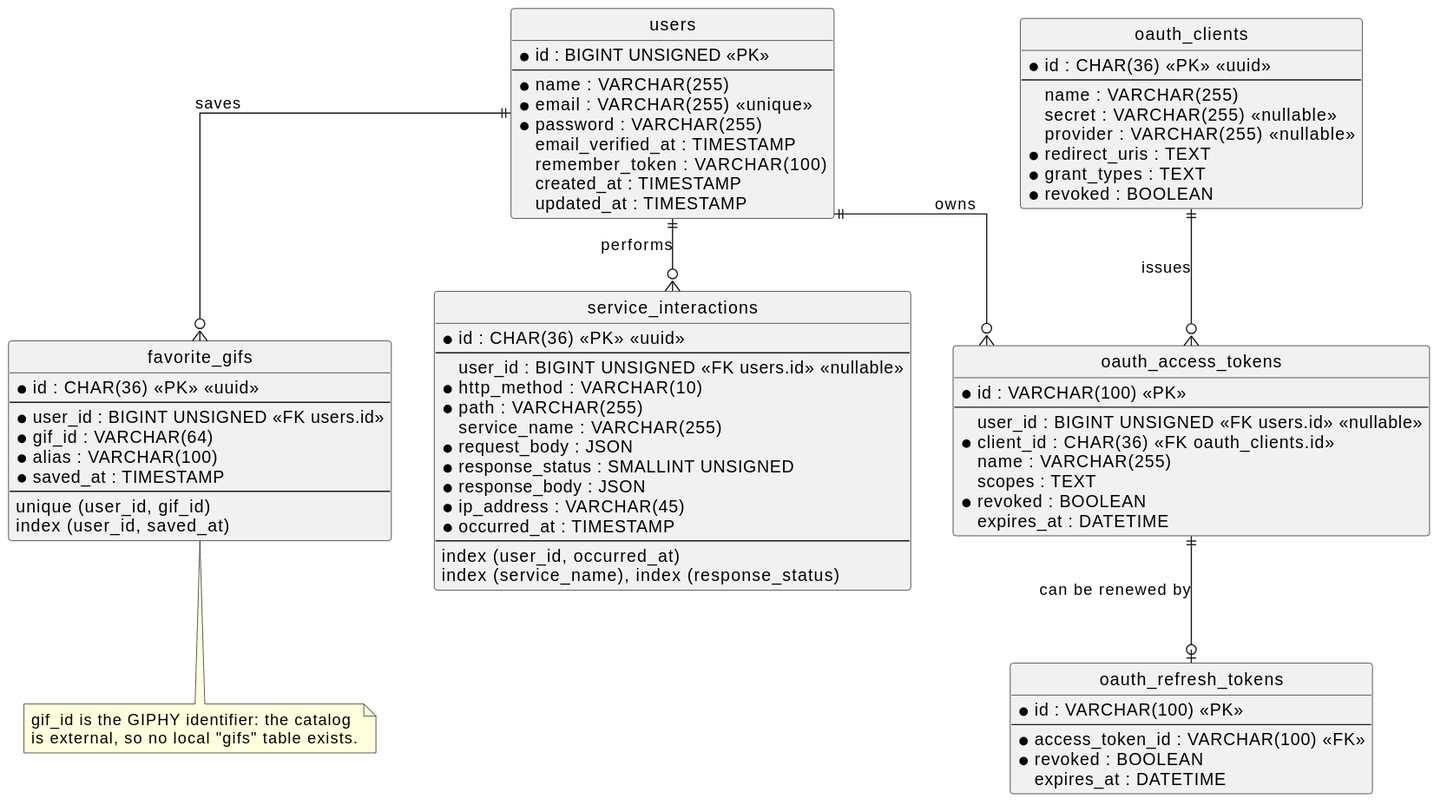
The PlantUML diagram docs/diagrams/der.svg in alexisrivero/challenge-prex, before a commit.
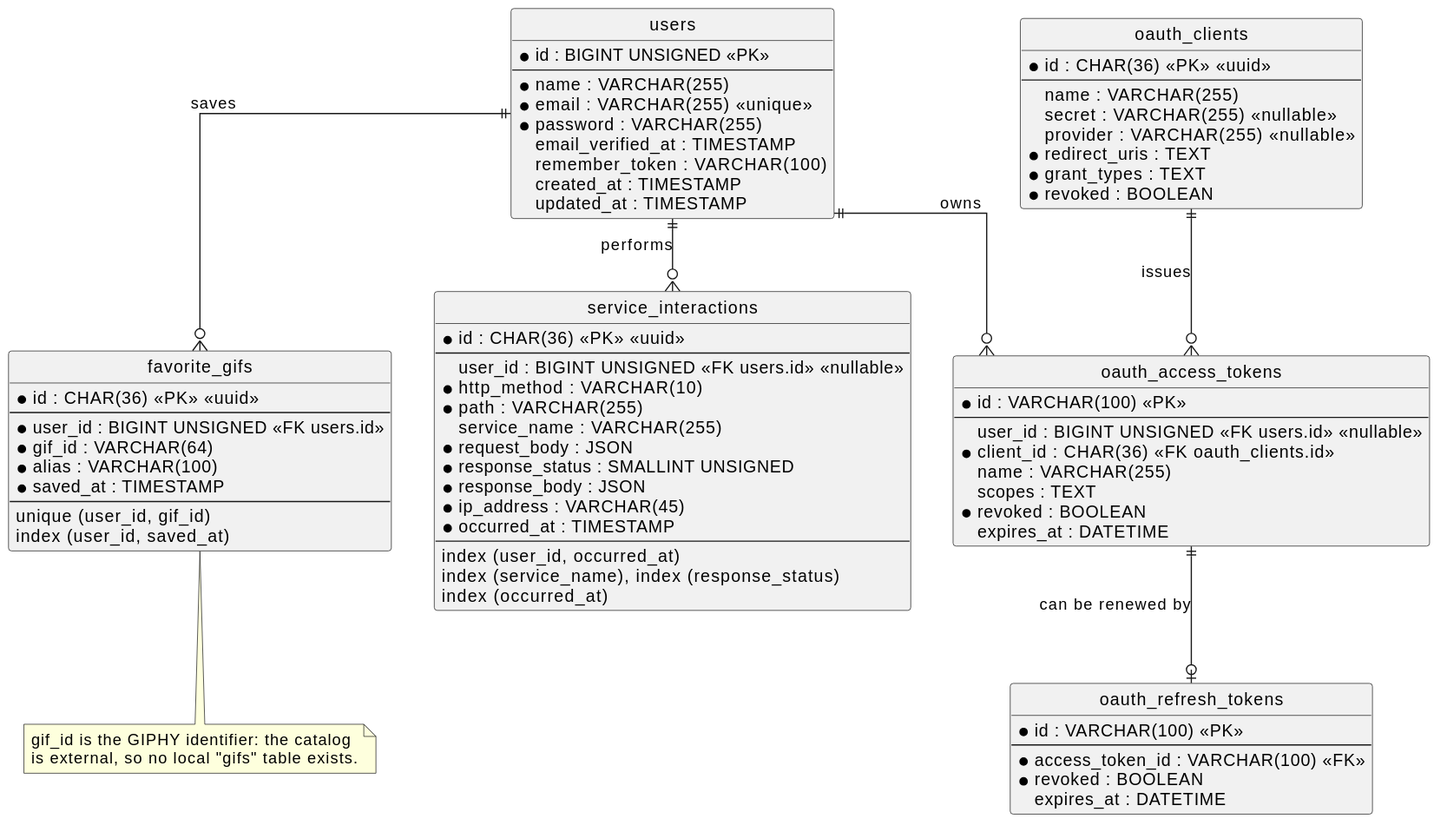
After the commit.

Change to the diagram source:
```diff
@@ -42,6 +42,7 @@
   --
   index (user_id, occurred_at)
   index (service_name), index (response_status)
+  index (occurred_at)
 }
 
 entity "oauth_clients" as clients {
```
